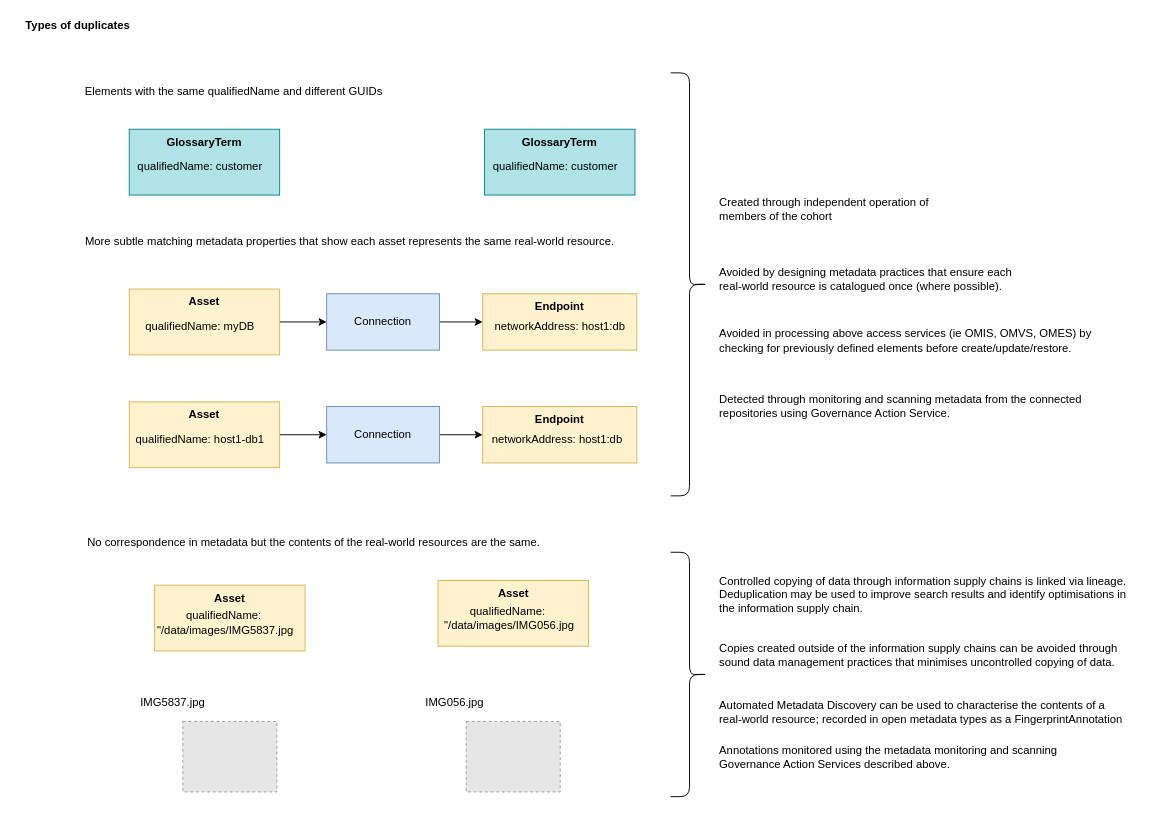
Above: page "types-of-duplicates" (4 of 17) of site/docs/features/duplicate-management/deduplication.drawio in odpi/egeria-docs (draw.io), before the change. Source tidied: cells renumbered, new cells numbered last; positions are measured from the earlier drawing's top-left corner, leaving out a move shared by most shapes. Both pictures are drawn from the tidied source at 94%, with x=0, y=0 at pixel (16, 16). Pictures stored in the file or linked from it are replaced by grey dashed boxes.
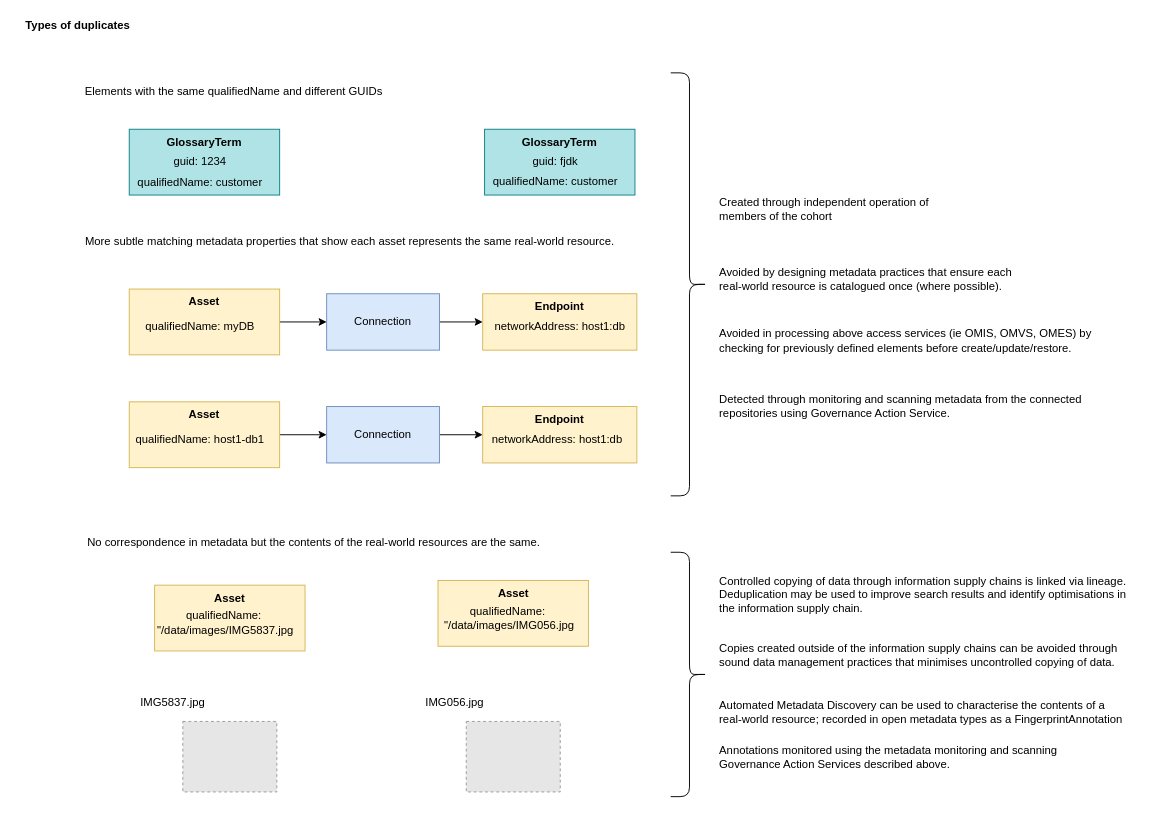
After the change.

Diff of the diagram source:
```diff
@@
-    <mxCell id="18" value="qualifiedName: customer" style="text;html=1;align=center;verticalAlign=middle;" parent="1" vertex="1">
-      <mxGeometry x="120" y="150" width="150" height="20" as="geometry" />
+    <mxCell id="18" value="guid: 1234" style="text;html=1;align=center;verticalAlign=middle;" parent="1" vertex="1">
+      <mxGeometry x="160" y="145" width="70" height="20" as="geometry" />
     </mxCell>
@@
     <mxCell id="20" value="qualifiedName: customer" style="text;html=1;align=center;verticalAlign=middle;" parent="1" vertex="1">
-      <mxGeometry x="498" y="150" width="150" height="20" as="geometry" />
+      <mxGeometry x="498" y="166" width="150" height="20" as="geometry" />
     </mxCell>
@@
+    <mxCell id="42" value="qualifiedName: customer" style="text;html=1;align=center;verticalAlign=middle;" parent="1" vertex="1">
+      <mxGeometry x="120" y="167" width="150" height="20" as="geometry" />
+    </mxCell>
+    <mxCell id="43" value="guid: fjdk" style="text;html=1;align=center;verticalAlign=middle;" parent="1" vertex="1">
+      <mxGeometry x="543" y="145" width="60" height="20" as="geometry" />
+    </mxCell>
```
